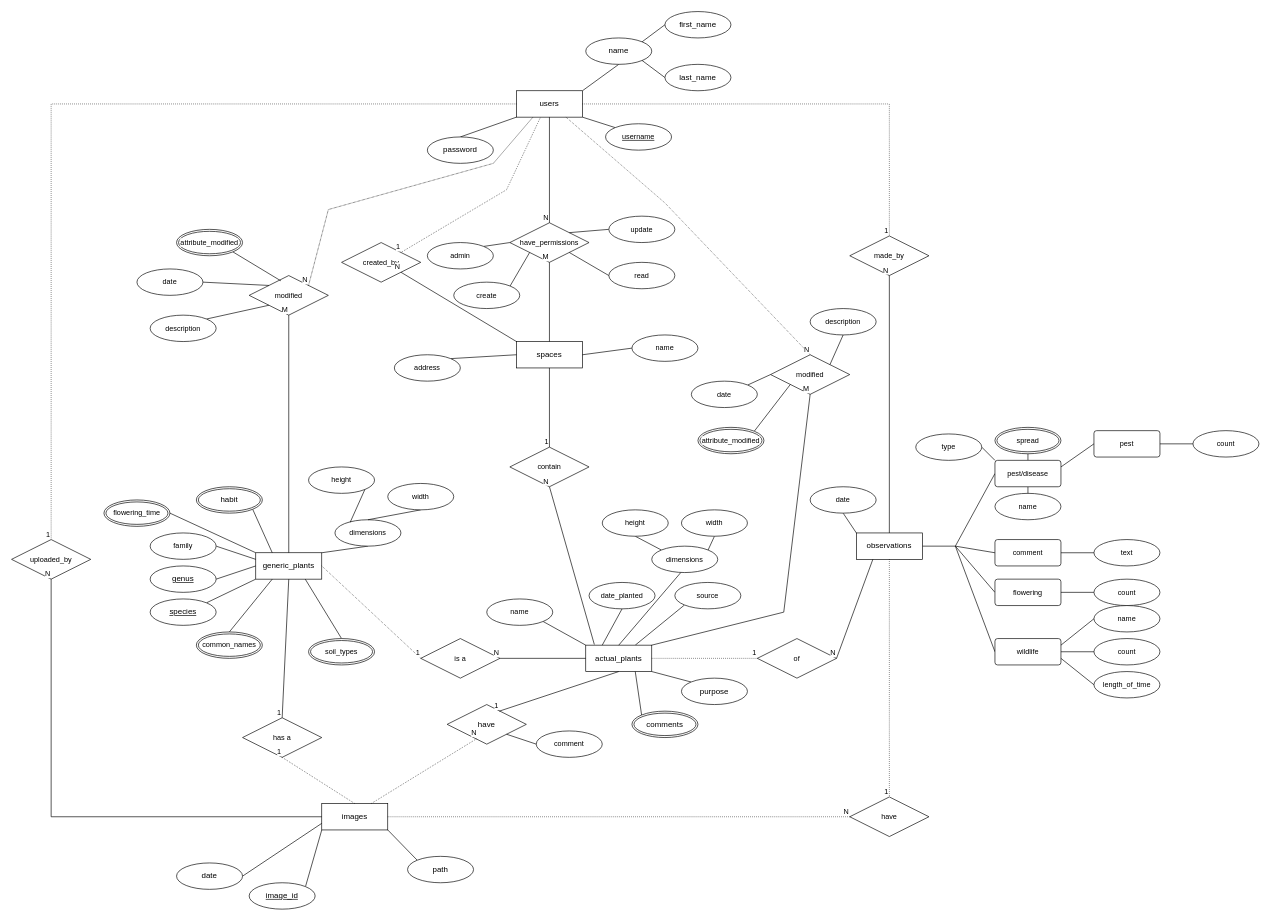
Grimcheese/Eucalypto keeps this draw.io diagram as docs/eucalypto-erd.drawio. Above is the earlier version. Source tidied: cells renumbered, new cells numbered last; positions are measured from the earlier drawing's top-left corner, leaving out a move shared by most shapes. Both pictures are drawn from the tidied source at 66%, with x=0, y=0 at pixel (11, 11).
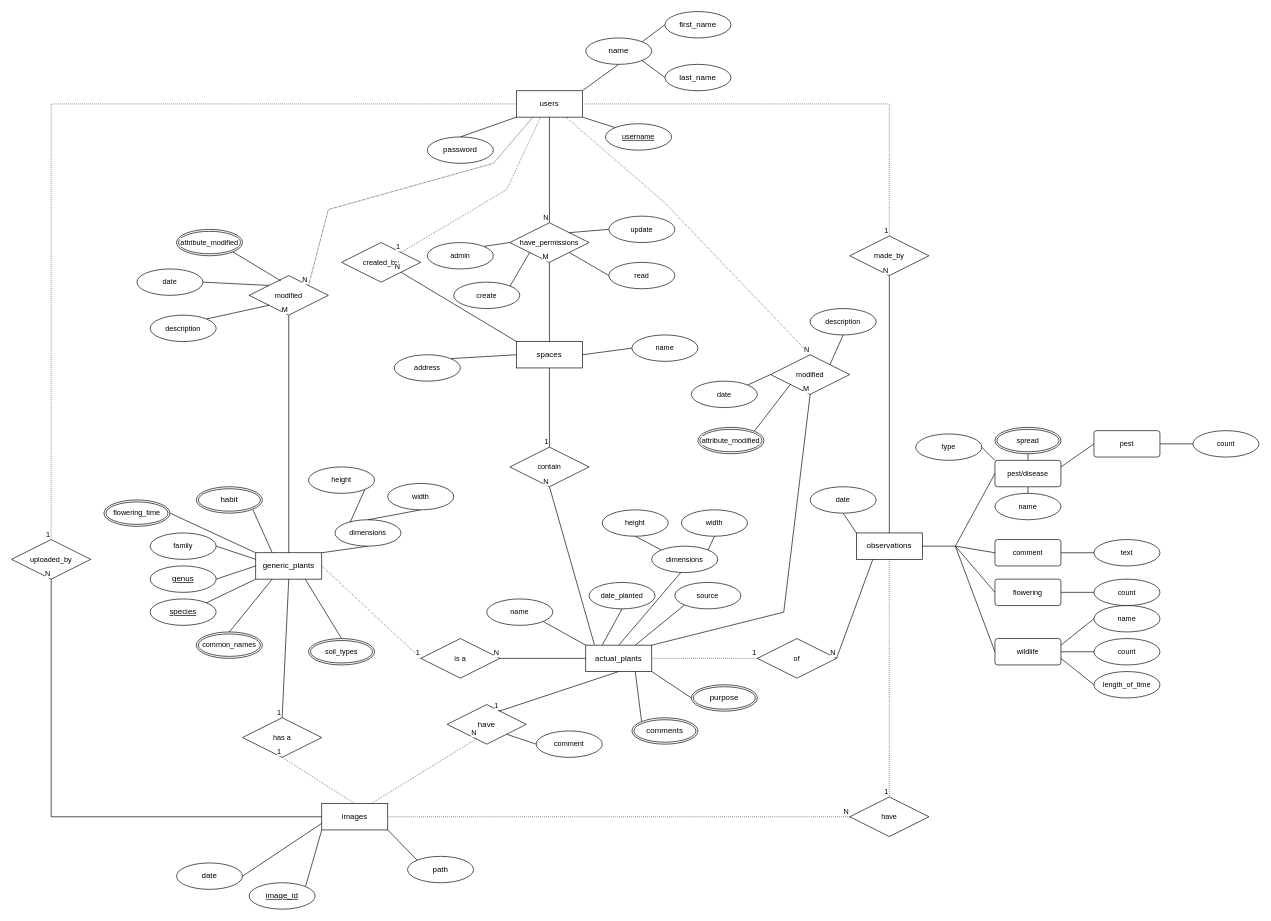
After the change.

The change refers to these unchanged cells:
```xml
<mxCell id="4" value="actual_plants" style="whiteSpace=wrap;html=1;align=center;fontSize=12;" parent="1" vertex="1">
  <mxGeometry x="870" y="960" width="100" height="40" as="geometry" />
</mxCell>
```

Change to the diagram source:
```diff
@@
     <mxCell id="174" value="comments" style="ellipse;shape=doubleEllipse;margin=3;whiteSpace=wrap;html=1;align=center;" parent="1" vertex="1">
-      <mxGeometry x="940" y="1060" width="100" height="40" as="geometry" />
+      <mxGeometry x="940" y="1070" width="100" height="40" as="geometry" />
     </mxCell>
-    <mxCell id="175" style="rounded=0;jettySize=auto;html=1;exitX=0;exitY=0;exitDx=0;exitDy=0;entryX=1;entryY=1;entryDx=0;entryDy=0;endArrow=none;endFill=0;" parent="1" edge="1" source="176" target="4">
-      <mxGeometry relative="1" as="geometry" />
+    <mxCell id="175" style="rounded=0;jettySize=auto;html=1;entryX=1;entryY=1;entryDx=0;entryDy=0;endArrow=none;endFill=0;" parent="1" edge="1" target="4">
+      <mxGeometry relative="1" as="geometry">
+        <mxPoint x="1030" y="1040" as="sourcePoint" />
+      </mxGeometry>
     </mxCell>
-    <mxCell id="176" value="purpose" style="ellipse;whiteSpace=wrap;html=1;align=center;" parent="1" vertex="1">
-      <mxGeometry x="1015" y="1010" width="100" height="40" as="geometry" />
+    <mxCell id="176" value="purpose" style="ellipse;shape=doubleEllipse;margin=3;whiteSpace=wrap;html=1;align=center;" parent="1" vertex="1">
+      <mxGeometry x="1030" y="1020" width="100" height="40" as="geometry" />
     </mxCell>
```
